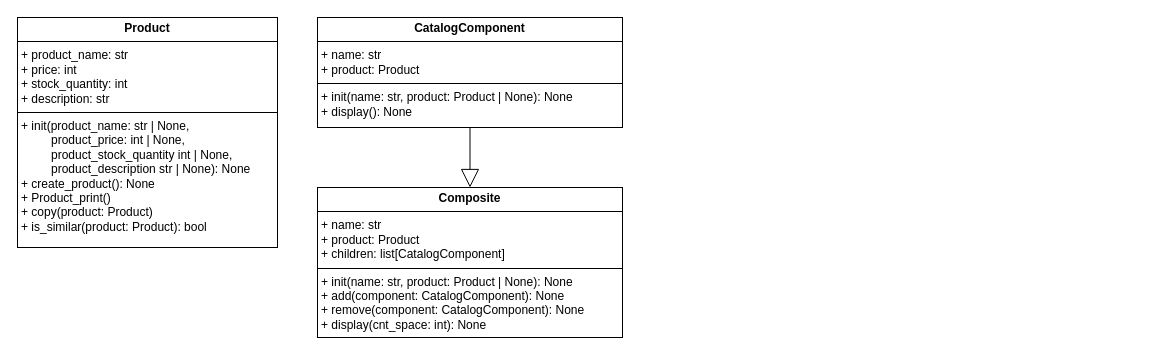
Earlier version of the draw.io diagram Диаграмма без названия.drawio (YarSU-Math-AMCS-Advanced-2022/oop-task-samogosha). Source tidied: cells renumbered, new cells numbered last; positions are measured from the earlier drawing's top-left corner, leaving out a move shared by most shapes. Both pictures are drawn from the tidied source at 100%, with x=0, y=0 at pixel (17, 17).
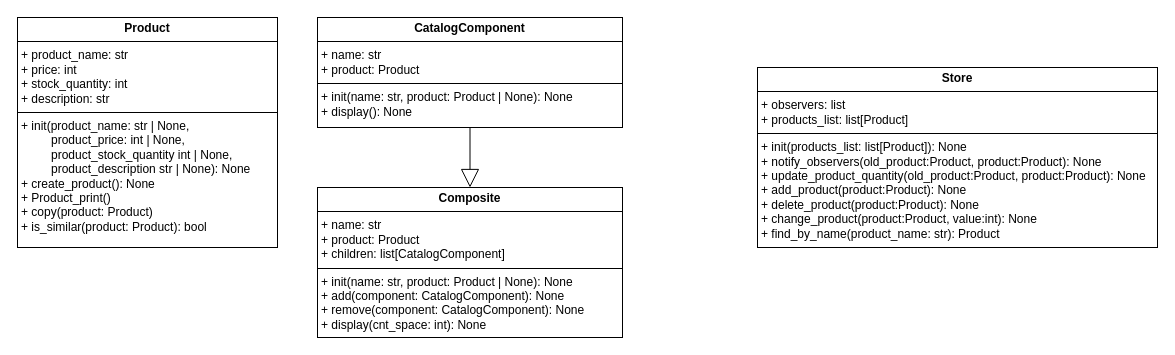
The same diagram, later.

Commit message:
Добавил класс Store в UML

Diff of the diagram source:
```diff
@@
 <mxGraphModel>
   <root>
     <mxCell id="0" />
     <mxCell id="1" parent="0" />
     <mxCell id="2" value="&lt;p style=&quot;margin:0px;margin-top:4px;text-align:center;&quot;&gt;&lt;b&gt;Product&lt;/b&gt;&lt;/p&gt;&lt;hr size=&quot;1&quot; style=&quot;border-style:solid;&quot;&gt;&lt;p style=&quot;margin:0px;margin-left:4px;&quot;&gt;+ product_name: str&lt;/p&gt;&lt;p style=&quot;margin:0px;margin-left:4px;&quot;&gt;+ price: int&lt;/p&gt;&lt;p style=&quot;margin:0px;margin-left:4px;&quot;&gt;+&amp;nbsp;stock_quantity: int&lt;/p&gt;&lt;p style=&quot;margin:0px;margin-left:4px;&quot;&gt;+&amp;nbsp;description: str&lt;/p&gt;&lt;hr size=&quot;1&quot; style=&quot;border-style:solid;&quot;&gt;&lt;p style=&quot;margin:0px;margin-left:4px;&quot;&gt;&lt;span style=&quot;background-color: initial;&quot;&gt;+ init(&lt;/span&gt;&lt;span style=&quot;background-color: initial;&quot;&gt;product_name: str | None,&lt;/span&gt;&lt;/p&gt;&lt;p style=&quot;margin:0px;margin-left:4px;&quot;&gt;&lt;span style=&quot;background-color: initial;&quot;&gt;&lt;span style=&quot;white-space: pre;&quot;&gt;&#9;&lt;/span&gt;&amp;nbsp;product_price: int | None,&amp;nbsp;&lt;/span&gt;&lt;/p&gt;&lt;p style=&quot;margin:0px;margin-left:4px;&quot;&gt;&amp;nbsp; &amp;nbsp; &amp;nbsp; &amp;nbsp; &amp;nbsp;product_stock_quantity int | None,&lt;/p&gt;&lt;p style=&quot;margin:0px;margin-left:4px;&quot;&gt;&lt;span style=&quot;background-color: initial;&quot;&gt;&amp;nbsp; &amp;nbsp; &amp;nbsp; &amp;nbsp; &amp;nbsp;product_description str | None&lt;/span&gt;&lt;span style=&quot;background-color: initial;&quot;&gt;): None&lt;/span&gt;&lt;/p&gt;&lt;p style=&quot;margin:0px;margin-left:4px;&quot;&gt;&lt;span style=&quot;background-color: initial;&quot;&gt;+ create_product(): None&lt;/span&gt;&lt;br&gt;&lt;/p&gt;&lt;p style=&quot;margin:0px;margin-left:4px;&quot;&gt;&lt;span style=&quot;background-color: initial;&quot;&gt;+ Product_print()&lt;/span&gt;&lt;/p&gt;&lt;p style=&quot;margin:0px;margin-left:4px;&quot;&gt;&lt;span style=&quot;background-color: initial;&quot;&gt;+ copy(product: Product)&lt;/span&gt;&lt;/p&gt;&lt;p style=&quot;margin:0px;margin-left:4px;&quot;&gt;&lt;span style=&quot;background-color: initial;&quot;&gt;+ is_similar(product: Product): bool&lt;/span&gt;&lt;/p&gt;&lt;p style=&quot;margin:0px;margin-left:4px;&quot;&gt;&lt;span style=&quot;background-color: initial;&quot;&gt;&lt;br&gt;&lt;/span&gt;&lt;/p&gt;&lt;p style=&quot;margin:0px;margin-left:4px;&quot;&gt;&lt;span style=&quot;background-color: initial;&quot;&gt;&lt;br&gt;&lt;/span&gt;&lt;/p&gt;" style="verticalAlign=top;align=left;overflow=fill;html=1;whiteSpace=wrap;" parent="1" vertex="1">
       <mxGeometry width="260" height="230" as="geometry" />
     </mxCell>
     <mxCell id="3" value="&lt;p style=&quot;margin:0px;margin-top:4px;text-align:center;&quot;&gt;&lt;b&gt;CatalogComponent&lt;/b&gt;&lt;/p&gt;&lt;hr size=&quot;1&quot; style=&quot;border-style:solid;&quot;&gt;&lt;p style=&quot;margin:0px;margin-left:4px;&quot;&gt;+ name: str&lt;/p&gt;&lt;p style=&quot;margin:0px;margin-left:4px;&quot;&gt;+ product: Product&lt;/p&gt;&lt;hr size=&quot;1&quot; style=&quot;border-style:solid;&quot;&gt;&lt;p style=&quot;margin:0px;margin-left:4px;&quot;&gt;+ init(name: str, product: Product | None): None&lt;/p&gt;&lt;p style=&quot;margin:0px;margin-left:4px;&quot;&gt;&lt;span style=&quot;background-color: initial;&quot;&gt;+ display(): None&lt;/span&gt;&lt;br&gt;&lt;/p&gt;&lt;p style=&quot;margin:0px;margin-left:4px;&quot;&gt;&lt;br&gt;&lt;/p&gt;&lt;p style=&quot;margin:0px;margin-left:4px;&quot;&gt;&lt;span style=&quot;background-color: initial;&quot;&gt;&lt;br&gt;&lt;/span&gt;&lt;/p&gt;&lt;p style=&quot;margin:0px;margin-left:4px;&quot;&gt;&lt;span style=&quot;background-color: initial;&quot;&gt;&lt;br&gt;&lt;/span&gt;&lt;/p&gt;" style="verticalAlign=top;align=left;overflow=fill;html=1;whiteSpace=wrap;" parent="1" vertex="1">
       <mxGeometry x="300" width="305" height="110" as="geometry" />
     </mxCell>
     <mxCell id="4" value="&lt;p style=&quot;margin:0px;margin-top:4px;text-align:center;&quot;&gt;&lt;b&gt;Composite&lt;/b&gt;&lt;/p&gt;&lt;hr size=&quot;1&quot; style=&quot;border-style:solid;&quot;&gt;&lt;p style=&quot;margin: 0px 0px 0px 4px;&quot;&gt;+ name: str&lt;/p&gt;&lt;p style=&quot;margin: 0px 0px 0px 4px;&quot;&gt;+ product: Product&lt;/p&gt;&lt;p style=&quot;margin: 0px 0px 0px 4px;&quot;&gt;+ children: list[CatalogComponent]&lt;/p&gt;&lt;hr style=&quot;border-style: solid;&quot; size=&quot;1&quot;&gt;&lt;p style=&quot;margin: 0px 0px 0px 4px;&quot;&gt;+ init(name: str, product: Product | None): None&lt;/p&gt;&lt;p style=&quot;margin: 0px 0px 0px 4px;&quot;&gt;+ add(component: CatalogComponent): None&lt;/p&gt;&lt;p style=&quot;margin: 0px 0px 0px 4px;&quot;&gt;+ remove(&lt;span style=&quot;background-color: initial;&quot;&gt;component: CatalogComponent&lt;/span&gt;&lt;span style=&quot;background-color: initial;&quot;&gt;): None&lt;/span&gt;&lt;/p&gt;&lt;p style=&quot;margin: 0px 0px 0px 4px;&quot;&gt;&lt;span style=&quot;background-color: initial;&quot;&gt;+ display(cnt_space: int): None&lt;/span&gt;&lt;br&gt;&lt;/p&gt;&lt;p style=&quot;margin: 0px 0px 0px 4px;&quot;&gt;&lt;br&gt;&lt;/p&gt;&lt;p style=&quot;margin:0px;margin-left:4px;&quot;&gt;&lt;span style=&quot;background-color: initial;&quot;&gt;&lt;br&gt;&lt;/span&gt;&lt;/p&gt;&lt;p style=&quot;margin:0px;margin-left:4px;&quot;&gt;&lt;span style=&quot;background-color: initial;&quot;&gt;&lt;br&gt;&lt;/span&gt;&lt;/p&gt;" style="verticalAlign=top;align=left;overflow=fill;html=1;whiteSpace=wrap;" parent="1" vertex="1">
       <mxGeometry x="300" y="170" width="305" height="150" as="geometry" />
     </mxCell>
     <mxCell id="5" style="endArrow=block;endSize=16;endFill=0;html=1;rounded=0;exitX=0.5;exitY=1;exitDx=0;exitDy=0;entryX=0.5;entryY=0;entryDx=0;entryDy=0;" parent="1" edge="1" source="3" target="4">
       <mxGeometry relative="1" as="geometry" />
     </mxCell>
+    <mxCell id="6" value="&lt;p style=&quot;margin:0px;margin-top:4px;text-align:center;&quot;&gt;&lt;b&gt;Store&lt;/b&gt;&lt;/p&gt;&lt;hr size=&quot;1&quot; style=&quot;border-style:solid;&quot;&gt;&lt;p style=&quot;margin: 0px 0px 0px 4px;&quot;&gt;+ observers: list&lt;/p&gt;&lt;p style=&quot;margin: 0px 0px 0px 4px;&quot;&gt;+ products_list: list[Product]&lt;/p&gt;&lt;hr style=&quot;border-style: solid;&quot; size=&quot;1&quot;&gt;&lt;p style=&quot;margin: 0px 0px 0px 4px;&quot;&gt;+ init(products_list: list[Product]): None&lt;/p&gt;&lt;p style=&quot;margin: 0px 0px 0px 4px;&quot;&gt;&lt;span style=&quot;background-color: initial;&quot;&gt;+&amp;nbsp;&lt;/span&gt;&lt;span style=&quot;background-color: initial;&quot;&gt;notify_observers(&lt;/span&gt;&lt;span style=&quot;background-color: initial;&quot;&gt;old_product:&lt;/span&gt;&lt;span style=&quot;background-color: initial;&quot;&gt;Product&lt;/span&gt;&lt;span style=&quot;background-color: initial;&quot;&gt;, product:&lt;/span&gt;&lt;span style=&quot;background-color: initial;&quot;&gt;Product&lt;/span&gt;&lt;span style=&quot;background-color: initial;&quot;&gt;): None&lt;/span&gt;&lt;/p&gt;&lt;p style=&quot;margin: 0px 0px 0px 4px;&quot;&gt;&lt;span style=&quot;background-color: initial;&quot;&gt;+&amp;nbsp;&lt;/span&gt;&lt;span style=&quot;background-color: initial;&quot;&gt;update_product_quantity(&lt;/span&gt;&lt;span style=&quot;background-color: initial;&quot;&gt;old_product&lt;/span&gt;&lt;span style=&quot;background-color: initial;&quot;&gt;:Product&lt;/span&gt;&lt;span style=&quot;background-color: initial;&quot;&gt;, product&lt;/span&gt;&lt;span style=&quot;background-color: initial;&quot;&gt;:Product&lt;/span&gt;&lt;span style=&quot;background-color: initial;&quot;&gt;): None&lt;/span&gt;&lt;/p&gt;&lt;p style=&quot;margin: 0px 0px 0px 4px;&quot;&gt;&lt;span style=&quot;background-color: initial;&quot;&gt;+&amp;nbsp;&lt;/span&gt;&lt;span style=&quot;background-color: initial;&quot;&gt;add_product(&lt;/span&gt;&lt;span style=&quot;background-color: initial;&quot;&gt;p&lt;/span&gt;&lt;span style=&quot;background-color: initial;&quot;&gt;roduct:Product&lt;/span&gt;&lt;span style=&quot;background-color: initial;&quot;&gt;): None&lt;/span&gt;&lt;/p&gt;&lt;p style=&quot;margin: 0px 0px 0px 4px;&quot;&gt;&lt;span style=&quot;background-color: initial;&quot;&gt;+&amp;nbsp;&lt;/span&gt;&lt;span style=&quot;background-color: initial;&quot;&gt;delete_product(p&lt;/span&gt;&lt;span style=&quot;background-color: initial;&quot;&gt;roduct:Product&lt;/span&gt;&lt;span style=&quot;background-color: initial;&quot;&gt;): None&lt;/span&gt;&lt;/p&gt;&lt;p style=&quot;margin: 0px 0px 0px 4px;&quot;&gt;&lt;span style=&quot;background-color: initial;&quot;&gt;+&amp;nbsp;&lt;/span&gt;&lt;span style=&quot;background-color: initial;&quot;&gt;change_product(&lt;/span&gt;&lt;span style=&quot;background-color: initial;&quot;&gt;product&lt;/span&gt;&lt;span style=&quot;background-color: initial;&quot;&gt;:Product&lt;/span&gt;&lt;span style=&quot;background-color: initial;&quot;&gt;, value:int&lt;/span&gt;&lt;span style=&quot;background-color: initial;&quot;&gt;): None&lt;/span&gt;&lt;/p&gt;&lt;p style=&quot;margin: 0px 0px 0px 4px;&quot;&gt;&lt;span style=&quot;background-color: initial;&quot;&gt;+&amp;nbsp;&lt;/span&gt;&lt;span style=&quot;background-color: initial;&quot;&gt;find_by_name(&lt;/span&gt;&lt;span style=&quot;background-color: initial;&quot;&gt;product_name: str&lt;/span&gt;&lt;span style=&quot;background-color: initial;&quot;&gt;): Product&lt;/span&gt;&lt;/p&gt;&lt;p style=&quot;margin: 0px 0px 0px 4px;&quot;&gt;&lt;br&gt;&lt;/p&gt;&lt;p style=&quot;margin:0px;margin-left:4px;&quot;&gt;&lt;span style=&quot;background-color: initial;&quot;&gt;&lt;br&gt;&lt;/span&gt;&lt;/p&gt;&lt;p style=&quot;margin:0px;margin-left:4px;&quot;&gt;&lt;span style=&quot;background-color: initial;&quot;&gt;&lt;br&gt;&lt;/span&gt;&lt;/p&gt;" style="verticalAlign=top;align=left;overflow=fill;html=1;whiteSpace=wrap;strokeColor=default;fillColor=default;" parent="1" vertex="1">
+      <mxGeometry x="740" y="50" width="400" height="180" as="geometry" />
+    </mxCell>
   </root>
 </mxGraphModel>
```
